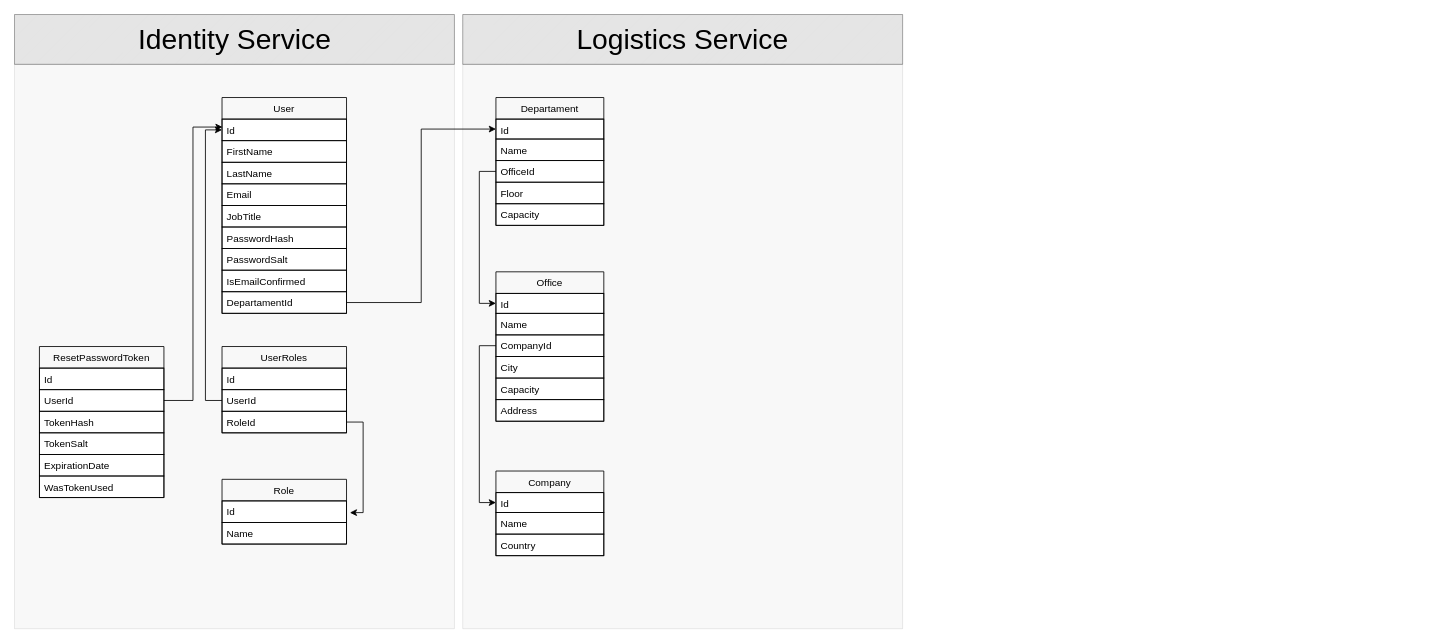
Before: Koala DB.drawio in dariusmunteanu/Diagrams, a draw.io diagram. Source tidied: cells renumbered, new cells numbered last; positions are measured from the earlier drawing's top-left corner, leaving out a move shared by most shapes. Both pictures are drawn from the tidied source at 83%, with x=0, y=0 at pixel (14, 14).
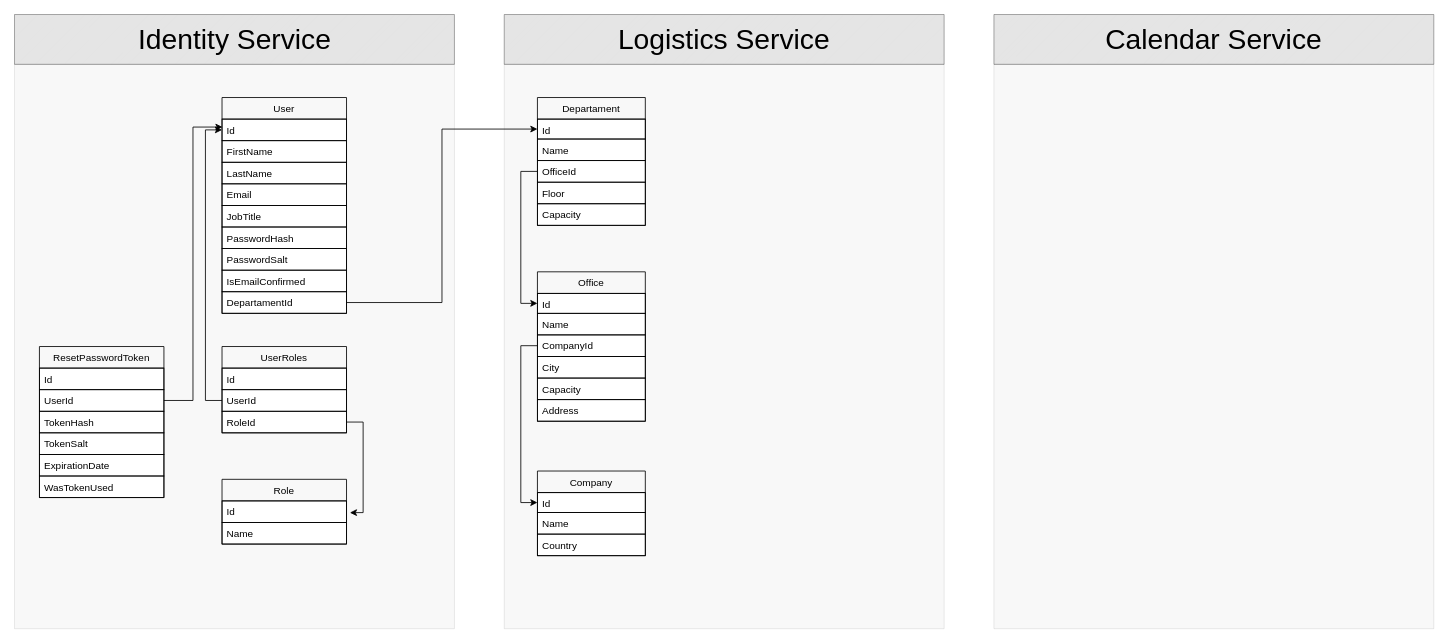
After the change.

The change refers to these unchanged cells:
```xml
<mxCell id="14" value="DepartamentId" style="text;fillColor=none;align=left;verticalAlign=top;spacingLeft=4;spacingRight=4;overflow=hidden;points=[[0,0.5],[1,0.5]];portConstraint=eastwest;strokeColor=#000000;" parent="5" vertex="1">
  <mxGeometry y="234" width="150" height="26" as="geometry" />
</mxCell>
<mxCell id="36" value="Id" style="text;fillColor=none;align=left;verticalAlign=top;spacingLeft=4;spacingRight=4;overflow=hidden;points=[[0,0.5],[1,0.5]];portConstraint=eastwest;strokeColor=#000000;" parent="35" vertex="1">
  <mxGeometry y="26" width="130" height="24" as="geometry" />
</mxCell>
<mxCell id="38" value="OfficeId" style="text;fillColor=none;align=left;verticalAlign=top;spacingLeft=4;spacingRight=4;overflow=hidden;points=[[0,0.5],[1,0.5]];portConstraint=eastwest;strokeColor=#000000;" parent="35" vertex="1">
  <mxGeometry y="76" width="130" height="26" as="geometry" />
</mxCell>
<mxCell id="42" value="Id" style="text;fillColor=none;align=left;verticalAlign=top;spacingLeft=4;spacingRight=4;overflow=hidden;points=[[0,0.5],[1,0.5]];portConstraint=eastwest;strokeColor=#000000;" parent="41" vertex="1">
  <mxGeometry y="26" width="130" height="24" as="geometry" />
</mxCell>
<mxCell id="44" value="CompanyId" style="text;fillColor=none;align=left;verticalAlign=top;spacingLeft=4;spacingRight=4;overflow=hidden;points=[[0,0.5],[1,0.5]];portConstraint=eastwest;strokeColor=#000000;" parent="41" vertex="1">
  <mxGeometry y="76" width="130" height="26" as="geometry" />
</mxCell>
<mxCell id="49" value="Id" style="text;fillColor=none;align=left;verticalAlign=top;spacingLeft=4;spacingRight=4;overflow=hidden;points=[[0,0.5],[1,0.5]];portConstraint=eastwest;strokeColor=#000000;" parent="48" vertex="1">
  <mxGeometry y="26" width="130" height="24" as="geometry" />
</mxCell>
```

The edit, as a diff of the source:
```diff
@@
     <mxCell id="32" style="verticalLabelPosition=bottom;verticalAlign=top;html=1;shape=mxgraph.basic.rect;fillColor2=none;strokeWidth=1;size=20;indent=5;rounded=0;opacity=10;fillColor=#BDBDBD;" parent="1" vertex="1">
-      <mxGeometry x="540" y="60" width="530" height="680" as="geometry" />
+      <mxGeometry x="590" y="60" width="530" height="680" as="geometry" />
     </mxCell>
     <mxCell id="33" style="verticalLabelPosition=bottom;verticalAlign=top;html=1;shape=mxgraph.basic.patternFillRect;fillStyle=diag;step=5;fillStrokeWidth=0.2;fillStrokeColor=#dddddd;rounded=0;strokeColor=#000000;strokeWidth=1;fillColor=#BDBDBD;opacity=40;" parent="1" vertex="1">
-      <mxGeometry x="540" width="530" height="60" as="geometry" />
+      <mxGeometry x="590" width="530" height="60" as="geometry" />
     </mxCell>
     <mxCell id="34" value="Logistics Service" style="text;html=1;strokeColor=none;fillColor=none;align=center;verticalAlign=middle;whiteSpace=wrap;rounded=0;fontSize=34;opacity=40;" parent="1" vertex="1">
-      <mxGeometry x="625" y="20" width="360" height="20" as="geometry" />
+      <mxGeometry x="675" y="20" width="360" height="20" as="geometry" />
     </mxCell>
+    <mxCell id="52" style="edgeStyle=orthogonalEdgeStyle;rounded=0;jettySize=auto;html=1;entryX=0;entryY=0.5;entryDx=0;entryDy=0;fontSize=34;" parent="1" edge="1" source="38" target="42">
+      <mxGeometry relative="1" as="geometry" />
+    </mxCell>
+    <mxCell id="53" style="edgeStyle=orthogonalEdgeStyle;rounded=0;jettySize=auto;html=1;entryX=0;entryY=0.5;entryDx=0;entryDy=0;fontSize=34;" parent="1" edge="1" source="44" target="49">
+      <mxGeometry relative="1" as="geometry" />
+    </mxCell>
+    <mxCell id="54" style="edgeStyle=orthogonalEdgeStyle;rounded=0;jettySize=auto;html=1;entryX=0;entryY=0.5;entryDx=0;entryDy=0;fontSize=34;" parent="1" edge="1" source="14" target="36">
+      <mxGeometry relative="1" as="geometry" />
+    </mxCell>
+    <mxCell id="55" style="verticalLabelPosition=bottom;verticalAlign=top;html=1;shape=mxgraph.basic.rect;fillColor2=none;strokeWidth=1;size=20;indent=5;rounded=0;opacity=10;fillColor=#BDBDBD;" parent="1" vertex="1">
+      <mxGeometry x="1180" y="60" width="530" height="680" as="geometry" />
+    </mxCell>
+    <mxCell id="56" style="verticalLabelPosition=bottom;verticalAlign=top;html=1;shape=mxgraph.basic.patternFillRect;fillStyle=diag;step=5;fillStrokeWidth=0.2;fillStrokeColor=#dddddd;rounded=0;strokeColor=#000000;strokeWidth=1;fillColor=#BDBDBD;opacity=40;" parent="1" vertex="1">
+      <mxGeometry x="1180" width="530" height="60" as="geometry" />
+    </mxCell>
+    <mxCell id="57" value="Calendar Service" style="text;html=1;strokeColor=none;fillColor=none;align=center;verticalAlign=middle;whiteSpace=wrap;rounded=0;fontSize=34;opacity=40;" parent="1" vertex="1">
+      <mxGeometry x="1285" y="20" width="320" height="20" as="geometry" />
+    </mxCell>
     <mxCell id="35" value="Departament" style="swimlane;fontStyle=0;horizontal=1;startSize=26;fillColor=none;swimlaneFillColor=#ffffff;rounded=0;" parent="1" vertex="1">
-      <mxGeometry x="580" y="100" width="130" height="154" as="geometry" />
+      <mxGeometry x="630" y="100" width="130" height="154" as="geometry" />
     </mxCell>
@@
     <mxCell id="41" value="Office" style="swimlane;fontStyle=0;horizontal=1;startSize=26;fillColor=none;swimlaneFillColor=#ffffff;rounded=0;" parent="1" vertex="1">
-      <mxGeometry x="580" y="310" width="130" height="180" as="geometry" />
+      <mxGeometry x="630" y="310" width="130" height="180" as="geometry" />
     </mxCell>
@@
     <mxCell id="48" value="Company" style="swimlane;fontStyle=0;horizontal=1;startSize=26;fillColor=none;swimlaneFillColor=#ffffff;rounded=0;" parent="1" vertex="1">
-      <mxGeometry x="580" y="550" width="130" height="102" as="geometry" />
+      <mxGeometry x="630" y="550" width="130" height="102" as="geometry" />
     </mxCell>
@@
-    <mxCell id="52" style="edgeStyle=orthogonalEdgeStyle;rounded=0;jettySize=auto;html=1;entryX=0;entryY=0.5;entryDx=0;entryDy=0;fontSize=34;" parent="1" edge="1" source="38" target="42">
-      <mxGeometry relative="1" as="geometry" />
-    </mxCell>
-    <mxCell id="53" style="edgeStyle=orthogonalEdgeStyle;rounded=0;jettySize=auto;html=1;entryX=0;entryY=0.5;entryDx=0;entryDy=0;fontSize=34;" parent="1" edge="1" source="44" target="49">
-      <mxGeometry relative="1" as="geometry" />
-    </mxCell>
-    <mxCell id="54" style="edgeStyle=orthogonalEdgeStyle;rounded=0;jettySize=auto;html=1;entryX=0;entryY=0.5;entryDx=0;entryDy=0;fontSize=34;" parent="1" edge="1" source="14" target="36">
-      <mxGeometry relative="1" as="geometry" />
-    </mxCell>
```
